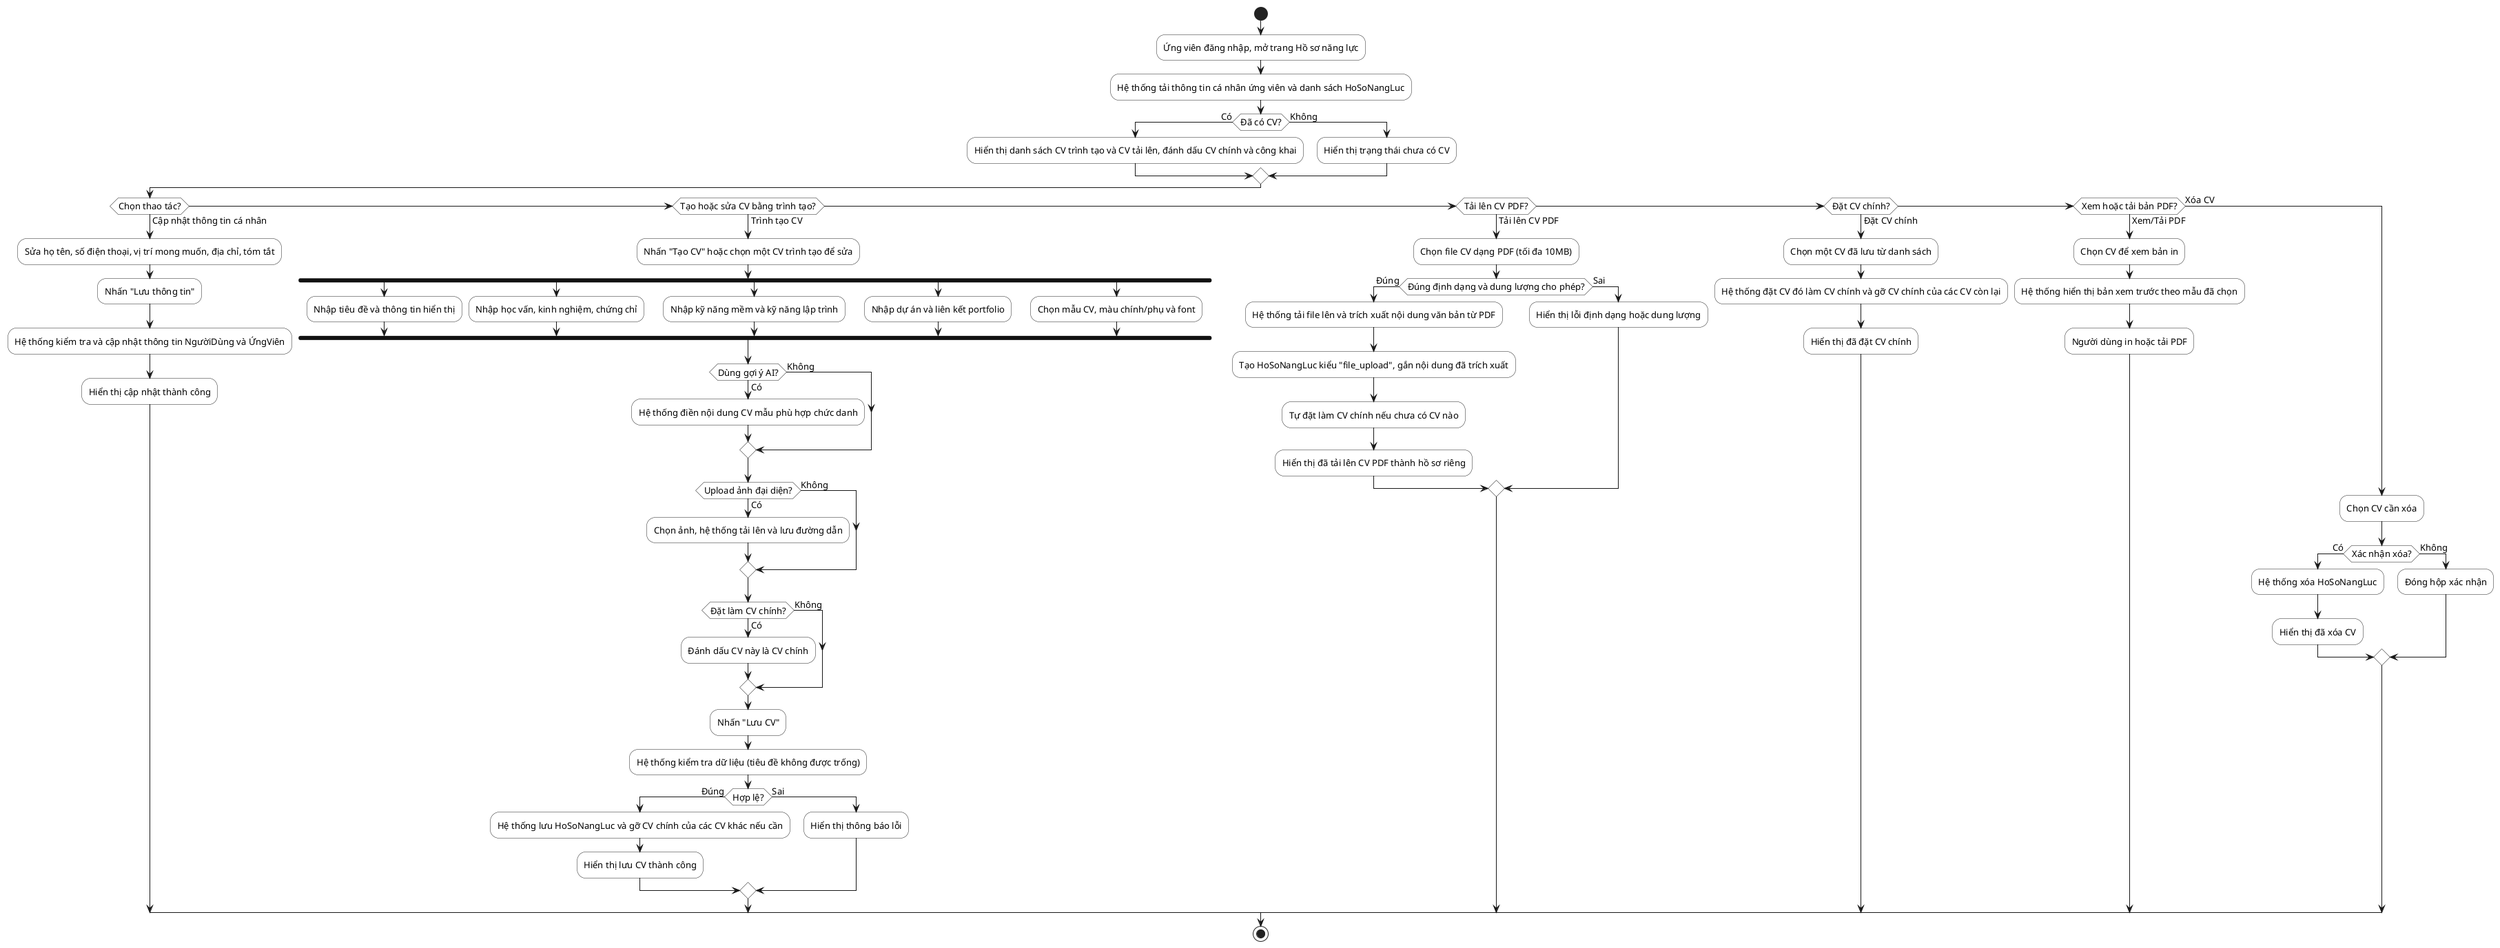
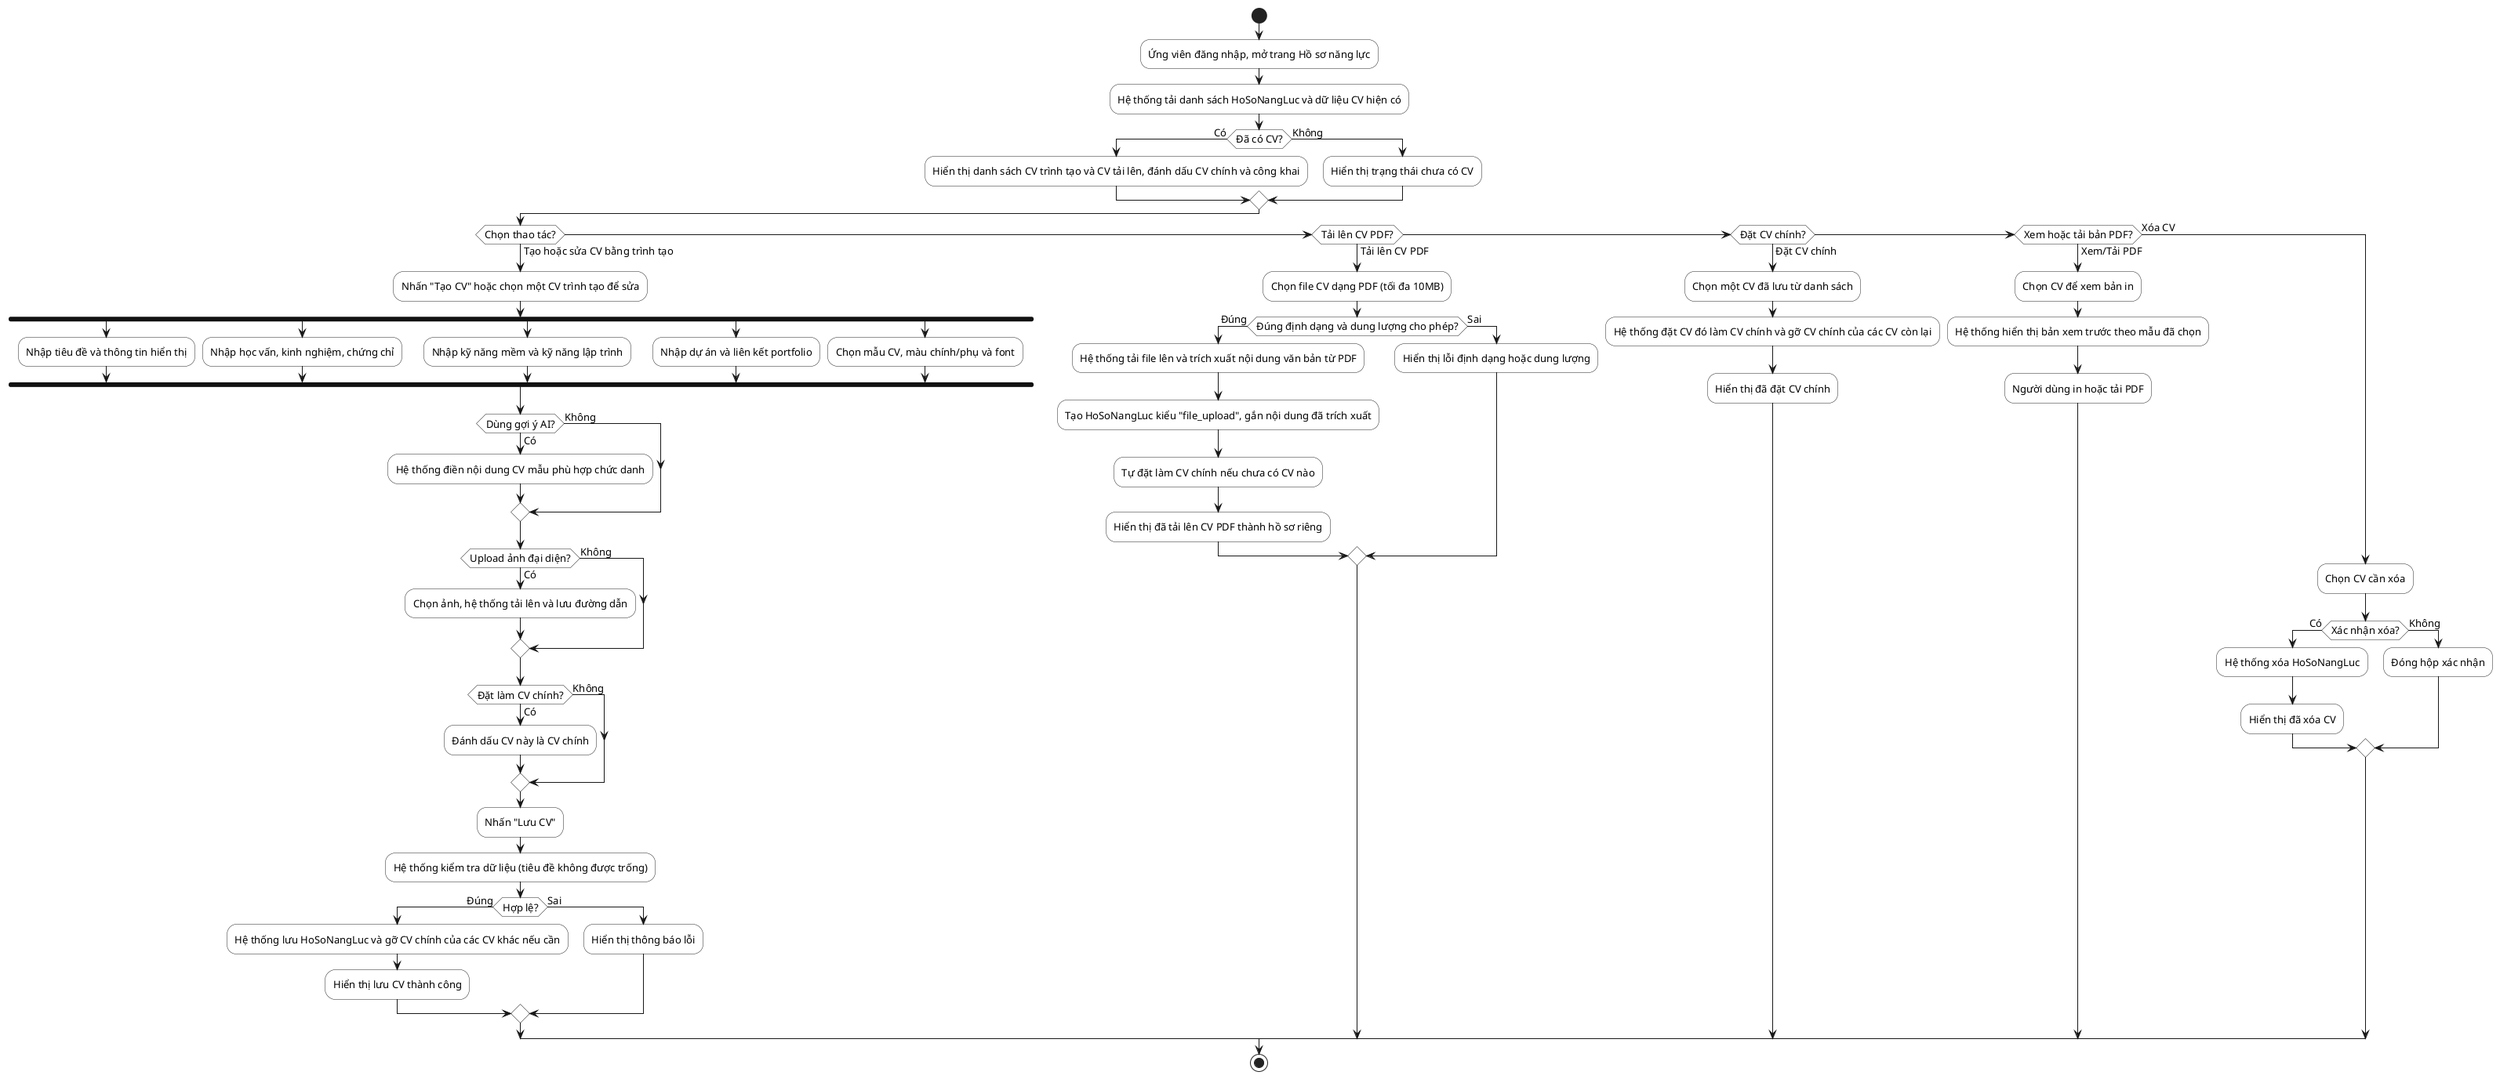
@startuml
skinparam defaultFontName "Segoe UI"
skinparam defaultFontSize 13
skinparam shadowing false
skinparam linetype ortho
skinparam activity {
  BackgroundColor White
  BorderColor #222222
  DiamondBackgroundColor White
  DiamondBorderColor #222222
  BarColor #111111
}
+ 
start
:Ứng viên đăng nhập, mở trang Hồ sơ năng lực;
- :Hệ thống tải thông tin cá nhân ứng viên và danh sách HoSoNangLuc;
+ :Hệ thống tải danh sách HoSoNangLuc và dữ liệu CV hiện có;
+ 
if (Đã có CV?) then (Có)
  :Hiển thị danh sách CV trình tạo và CV tải lên, đánh dấu CV chính và công khai;
else (Không)
  :Hiển thị trạng thái chưa có CV;
endif

- if (Chọn thao tác?) then (Cập nhật thông tin cá nhân)
-   :Sửa họ tên, số điện thoại, vị trí mong muốn, địa chỉ, tóm tắt;
-   :Nhấn "Lưu thông tin";
-   :Hệ thống kiểm tra và cập nhật thông tin NgườiDùng và ỨngViên;
-   :Hiển thị cập nhật thành công;
- 
- elseif (Tạo hoặc sửa CV bằng trình tạo?) then (Trình tạo CV)
+ if (Chọn thao tác?) then (Tạo hoặc sửa CV bằng trình tạo)
  :Nhấn "Tạo CV" hoặc chọn một CV trình tạo để sửa;
  fork
    :Nhập tiêu đề và thông tin hiển thị;
  fork again
    :Nhập học vấn, kinh nghiệm, chứng chỉ;
  fork again
    :Nhập kỹ năng mềm và kỹ năng lập trình;
  fork again
    :Nhập dự án và liên kết portfolio;
  fork again
    :Chọn mẫu CV, màu chính/phụ và font;
  end fork
  if (Dùng gợi ý AI?) then (Có)
    :Hệ thống điền nội dung CV mẫu phù hợp chức danh;
  else (Không)
  endif
  if (Upload ảnh đại diện?) then (Có)
    :Chọn ảnh, hệ thống tải lên và lưu đường dẫn;
  else (Không)
  endif
  if (Đặt làm CV chính?) then (Có)
    :Đánh dấu CV này là CV chính;
  else (Không)
  endif
  :Nhấn "Lưu CV";
  :Hệ thống kiểm tra dữ liệu (tiêu đề không được trống);
  if (Hợp lệ?) then (Đúng)
    :Hệ thống lưu HoSoNangLuc và gỡ CV chính của các CV khác nếu cần;
    :Hiển thị lưu CV thành công;
  else (Sai)
    :Hiển thị thông báo lỗi;
  endif

elseif (Tải lên CV PDF?) then (Tải lên CV PDF)
  :Chọn file CV dạng PDF (tối đa 10MB);
  if (Đúng định dạng và dung lượng cho phép?) then (Đúng)
    :Hệ thống tải file lên và trích xuất nội dung văn bản từ PDF;
    :Tạo HoSoNangLuc kiểu "file_upload", gắn nội dung đã trích xuất;
    :Tự đặt làm CV chính nếu chưa có CV nào;
    :Hiển thị đã tải lên CV PDF thành hồ sơ riêng;
  else (Sai)
    :Hiển thị lỗi định dạng hoặc dung lượng;
  endif

elseif (Đặt CV chính?) then (Đặt CV chính)
  :Chọn một CV đã lưu từ danh sách;
  :Hệ thống đặt CV đó làm CV chính và gỡ CV chính của các CV còn lại;
  :Hiển thị đã đặt CV chính;

elseif (Xem hoặc tải bản PDF?) then (Xem/Tải PDF)
  :Chọn CV để xem bản in;
  :Hệ thống hiển thị bản xem trước theo mẫu đã chọn;
  :Người dùng in hoặc tải PDF;

else (Xóa CV)
  :Chọn CV cần xóa;
  if (Xác nhận xóa?) then (Có)
    :Hệ thống xóa HoSoNangLuc;
    :Hiển thị đã xóa CV;
  else (Không)
    :Đóng hộp xác nhận;
  endif
endif
+ 
stop
@enduml
